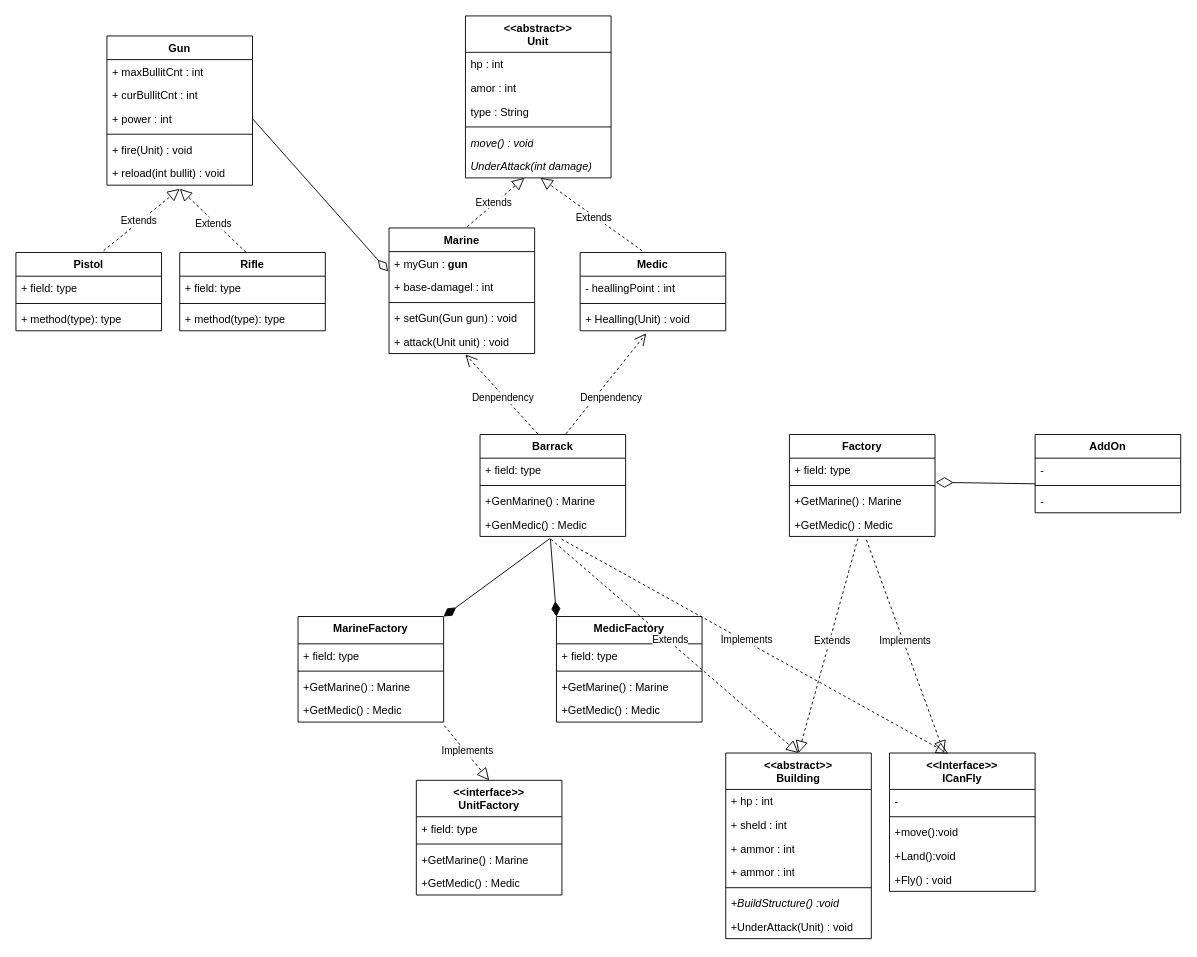
This is page "스타 예시" (6 of 6) of ch06_if_순서도.drawio from bbbbbean/ex, a draw.io file, before an edit. Source tidied: cells renumbered, new cells numbered last; positions are measured from the earlier drawing's top-left corner, leaving out a move shared by most shapes. Both pictures are drawn from the tidied source at 91%, with x=0, y=0 at pixel (15, 15).
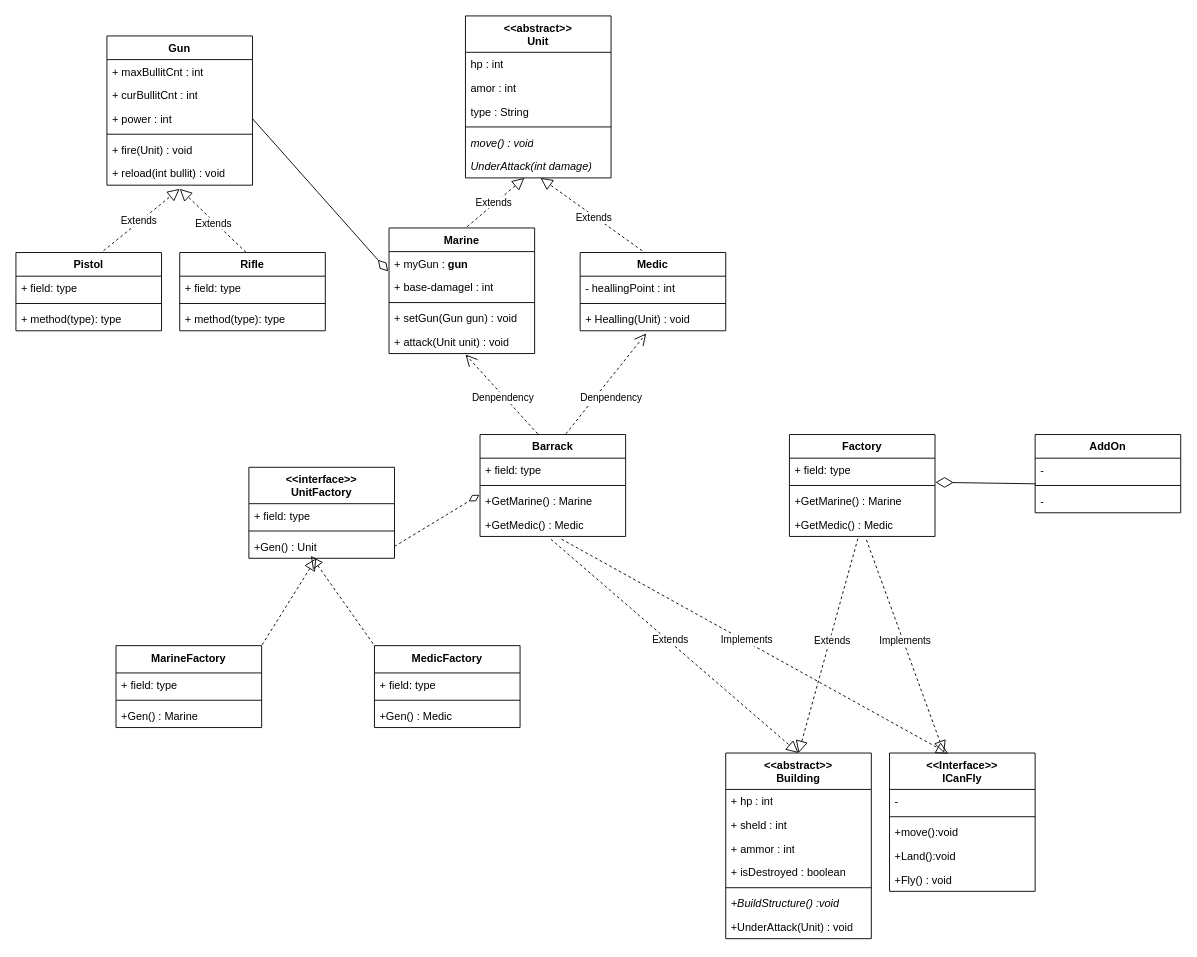
After the change.

The change refers to these unchanged cells:
```xml
<mxCell id="43" value="Barrack" style="swimlane;fontStyle=1;align=center;verticalAlign=top;horizontal=1;startSize=26;whiteSpace=wrap;html=1;" parent="1" vertex="1">
  <mxGeometry x="510" y="460" width="160" height="112" as="geometry" />
</mxCell>
<mxCell id="78" value="&lt;div&gt;&amp;lt;&amp;lt;abstract&amp;gt;&amp;gt;&lt;/div&gt;Building" style="swimlane;fontStyle=1;align=center;verticalAlign=top;horizontal=1;startSize=40;whiteSpace=wrap;html=1;" parent="1" vertex="1">
  <mxGeometry x="780" y="810" width="160" height="204" as="geometry" />
</mxCell>
```

What changed in the source:
```diff
@@
-    <mxCell id="46" value="+GenMarine() : Marine" style="text;strokeColor=none;fillColor=none;align=left;verticalAlign=top;spacingLeft=4;spacingRight=4;overflow=hidden;points=[[0,0.5],[1,0.5]];portConstraint=eastwest;whiteSpace=wrap;html=1;" parent="43" vertex="1">
+    <mxCell id="46" value="+GetMarine() : Marine" style="text;strokeColor=none;fillColor=none;align=left;verticalAlign=top;spacingLeft=4;spacingRight=4;overflow=hidden;points=[[0,0.5],[1,0.5]];portConstraint=eastwest;whiteSpace=wrap;html=1;" parent="43" vertex="1">
       <mxGeometry y="60" width="160" height="26" as="geometry" />
     </mxCell>
-    <mxCell id="47" value="+GenMedic() : Medic" style="text;strokeColor=none;fillColor=none;align=left;verticalAlign=top;spacingLeft=4;spacingRight=4;overflow=hidden;points=[[0,0.5],[1,0.5]];portConstraint=eastwest;whiteSpace=wrap;html=1;" parent="43" vertex="1">
+    <mxCell id="47" value="+GetMedic() : Medic" style="text;strokeColor=none;fillColor=none;align=left;verticalAlign=top;spacingLeft=4;spacingRight=4;overflow=hidden;points=[[0,0.5],[1,0.5]];portConstraint=eastwest;whiteSpace=wrap;html=1;" parent="43" vertex="1">
       <mxGeometry y="86" width="160" height="26" as="geometry" />
     </mxCell>
@@
     <mxCell id="52" value="&amp;lt;&amp;lt;interface&amp;gt;&amp;gt;&lt;div&gt;UnitFactory&lt;/div&gt;" style="swimlane;fontStyle=1;align=center;verticalAlign=top;horizontal=1;startSize=40;whiteSpace=wrap;html=1;" parent="1" vertex="1">
-      <mxGeometry x="440" y="840" width="160" height="126" as="geometry" />
+      <mxGeometry x="256" y="496" width="160" height="100" as="geometry" />
     </mxCell>
@@
-    <mxCell id="55" value="+GetMarine() : Marine" style="text;strokeColor=none;fillColor=none;align=left;verticalAlign=top;spacingLeft=4;spacingRight=4;overflow=hidden;points=[[0,0.5],[1,0.5]];portConstraint=eastwest;whiteSpace=wrap;html=1;" parent="52" vertex="1">
+    <mxCell id="55" value="+Gen() : Unit" style="text;strokeColor=none;fillColor=none;align=left;verticalAlign=top;spacingLeft=4;spacingRight=4;overflow=hidden;points=[[0,0.5],[1,0.5]];portConstraint=eastwest;whiteSpace=wrap;html=1;" parent="52" vertex="1">
       <mxGeometry y="74" width="160" height="26" as="geometry" />
     </mxCell>
-    <mxCell id="56" value="+GetMedic() : Medic" style="text;strokeColor=none;fillColor=none;align=left;verticalAlign=top;spacingLeft=4;spacingRight=4;overflow=hidden;whiteSpace=wrap;html=1;" parent="52" vertex="1">
-      <mxGeometry y="100" width="160" height="26" as="geometry" />
-    </mxCell>
     <mxCell id="57" value="MarineFactory" style="swimlane;fontStyle=1;align=center;verticalAlign=top;horizontal=1;startSize=30;whiteSpace=wrap;html=1;" parent="1" vertex="1">
-      <mxGeometry x="310" y="660" width="160" height="116" as="geometry" />
+      <mxGeometry x="110" y="692" width="160" height="90" as="geometry" />
     </mxCell>
@@
-    <mxCell id="60" value="+GetMarine() : Marine" style="text;strokeColor=none;fillColor=none;align=left;verticalAlign=top;spacingLeft=4;spacingRight=4;overflow=hidden;whiteSpace=wrap;html=1;" parent="57" vertex="1">
+    <mxCell id="60" value="+Gen() : Marine" style="text;strokeColor=none;fillColor=none;align=left;verticalAlign=top;spacingLeft=4;spacingRight=4;overflow=hidden;whiteSpace=wrap;html=1;" parent="57" vertex="1">
       <mxGeometry y="64" width="160" height="26" as="geometry" />
     </mxCell>
-    <mxCell id="61" value="+GetMedic() : Medic" style="text;strokeColor=none;fillColor=none;align=left;verticalAlign=top;spacingLeft=4;spacingRight=4;overflow=hidden;points=[[0,0.5],[1,0.5]];portConstraint=eastwest;whiteSpace=wrap;html=1;" parent="57" vertex="1">
-      <mxGeometry y="90" width="160" height="26" as="geometry" />
-    </mxCell>
     <mxCell id="62" value="MedicFactory" style="swimlane;fontStyle=1;align=center;verticalAlign=top;horizontal=1;startSize=30;whiteSpace=wrap;html=1;" parent="1" vertex="1">
-      <mxGeometry x="594" y="660" width="160" height="116" as="geometry" />
+      <mxGeometry x="394" y="692" width="160" height="90" as="geometry" />
     </mxCell>
@@
-    <mxCell id="65" value="+GetMarine() : Marine" style="text;strokeColor=none;fillColor=none;align=left;verticalAlign=top;spacingLeft=4;spacingRight=4;overflow=hidden;whiteSpace=wrap;html=1;" parent="62" vertex="1">
-      <mxGeometry y="64" width="160" height="26" as="geometry" />
-    </mxCell>
-    <mxCell id="66" value="+GetMedic() : Medic" style="text;strokeColor=none;fillColor=none;align=left;verticalAlign=top;spacingLeft=4;spacingRight=4;overflow=hidden;whiteSpace=wrap;html=1;" parent="62" vertex="1">
-      <mxGeometry y="90" width="160" height="26" as="geometry" />
+    <mxCell id="66" value="+Gen() : Medic" style="text;strokeColor=none;fillColor=none;align=left;verticalAlign=top;spacingLeft=4;spacingRight=4;overflow=hidden;whiteSpace=wrap;html=1;" parent="62" vertex="1">
+      <mxGeometry y="64" width="160" height="26" as="geometry" />
     </mxCell>
-    <mxCell id="67" style="endArrow=block;html=1;rounded=0;exitX=1.005;exitY=1.151;exitDx=0;exitDy=0;exitPerimeter=0;endFill=0;endSize=11;entryX=0.5;entryY=0;entryDx=0;entryDy=0;dashed=1;" parent="1" edge="1" source="61" target="52">
-      <mxGeometry relative="1" as="geometry" />
-    </mxCell>
-    <mxCell id="68" value="Implements" style="edgeLabel;html=1;align=center;verticalAlign=middle;" parent="67" vertex="1">
-      <mxGeometry x="-0.05" y="2" relative="1" as="geometry" />
-    </mxCell>
@@
-    <mxCell id="71" style="endArrow=diamondThin;html=1;rounded=0;exitX=0.479;exitY=1.093;exitDx=0;exitDy=0;exitPerimeter=0;entryX=1;entryY=0;entryDx=0;entryDy=0;endFill=1;endSize=14;" parent="1" edge="1" source="47" target="57">
-      <mxGeometry relative="1" as="geometry" />
+    <mxCell id="71" style="endArrow=none;html=1;rounded=0;entryX=1;entryY=0;entryDx=0;entryDy=0;endFill=0;endSize=0;startArrow=block;startFill=0;dashed=1;startSize=11;" parent="1" edge="1" target="57">
+      <mxGeometry relative="1" as="geometry">
+        <mxPoint x="330" y="596" as="sourcePoint" />
+      </mxGeometry>
     </mxCell>
-    <mxCell id="72" style="endArrow=diamondThin;html=1;rounded=0;exitX=0.483;exitY=1.093;exitDx=0;exitDy=0;exitPerimeter=0;entryX=0;entryY=0;entryDx=0;entryDy=0;endFill=1;endSize=14;" parent="1" edge="1" source="47" target="62">
+    <mxCell id="72" style="endArrow=none;html=1;rounded=0;entryX=0;entryY=0;entryDx=0;entryDy=0;endFill=0;endSize=0;startArrow=block;startFill=0;dashed=1;startSize=11;exitX=0.426;exitY=0.896;exitDx=0;exitDy=0;exitPerimeter=0;" parent="1" edge="1" source="55" target="62">
       <mxGeometry relative="1" as="geometry" />
     </mxCell>
@@
-    <mxCell id="82" value="&lt;div&gt;+ ammor : int&lt;/div&gt;" style="text;strokeColor=none;fillColor=none;align=left;verticalAlign=top;spacingLeft=4;spacingRight=4;overflow=hidden;whiteSpace=wrap;html=1;" parent="78" vertex="1">
+    <mxCell id="82" value="&lt;div&gt;+ isDestroyed : boolean&lt;/div&gt;" style="text;strokeColor=none;fillColor=none;align=left;verticalAlign=top;spacingLeft=4;spacingRight=4;overflow=hidden;whiteSpace=wrap;html=1;" parent="78" vertex="1">
       <mxGeometry y="118" width="160" height="26" as="geometry" />
     </mxCell>
@@
+    <mxCell id="67" style="endArrow=diamondThin;html=1;rounded=0;exitX=1;exitY=0.5;exitDx=0;exitDy=0;endFill=0;endSize=11;entryX=-0.004;entryY=0.24;entryDx=0;entryDy=0;dashed=1;entryPerimeter=0;" parent="1" edge="1" source="55" target="46">
+      <mxGeometry relative="1" as="geometry" />
+    </mxCell>
```
